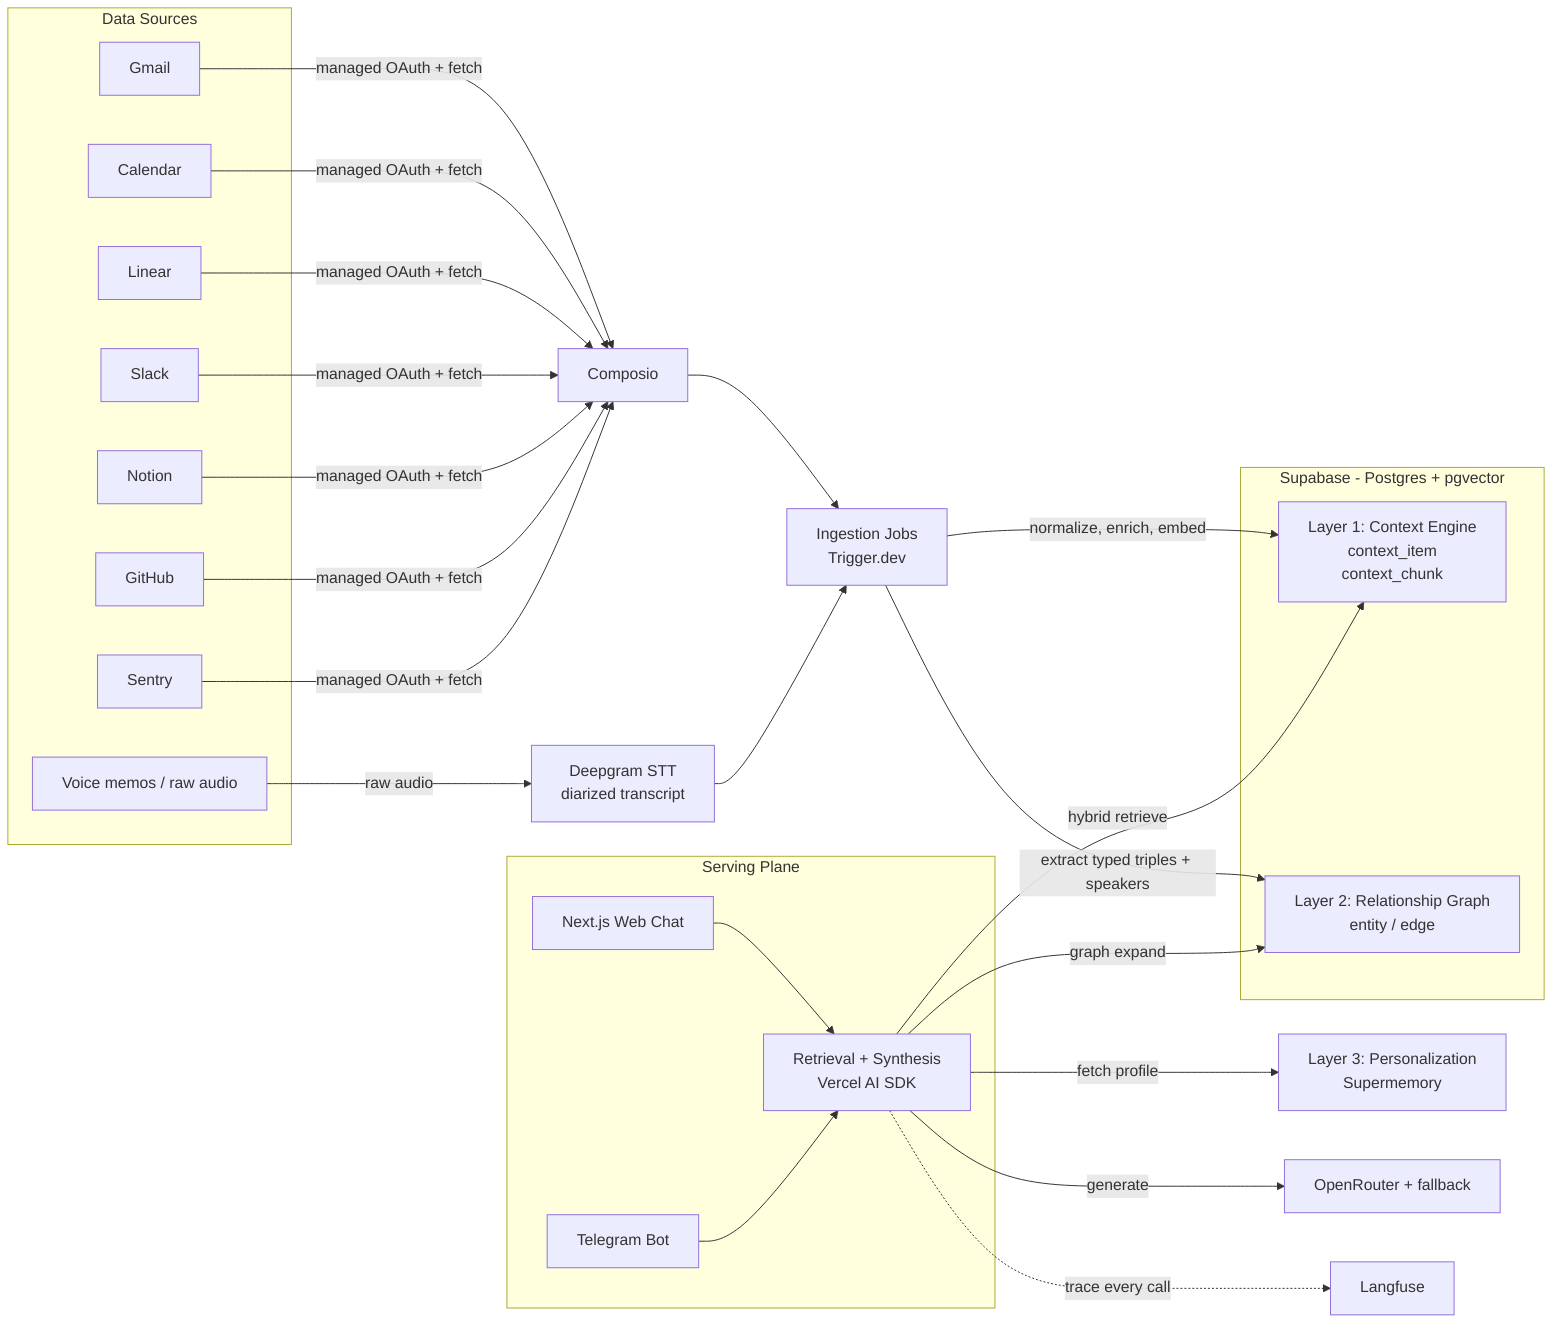
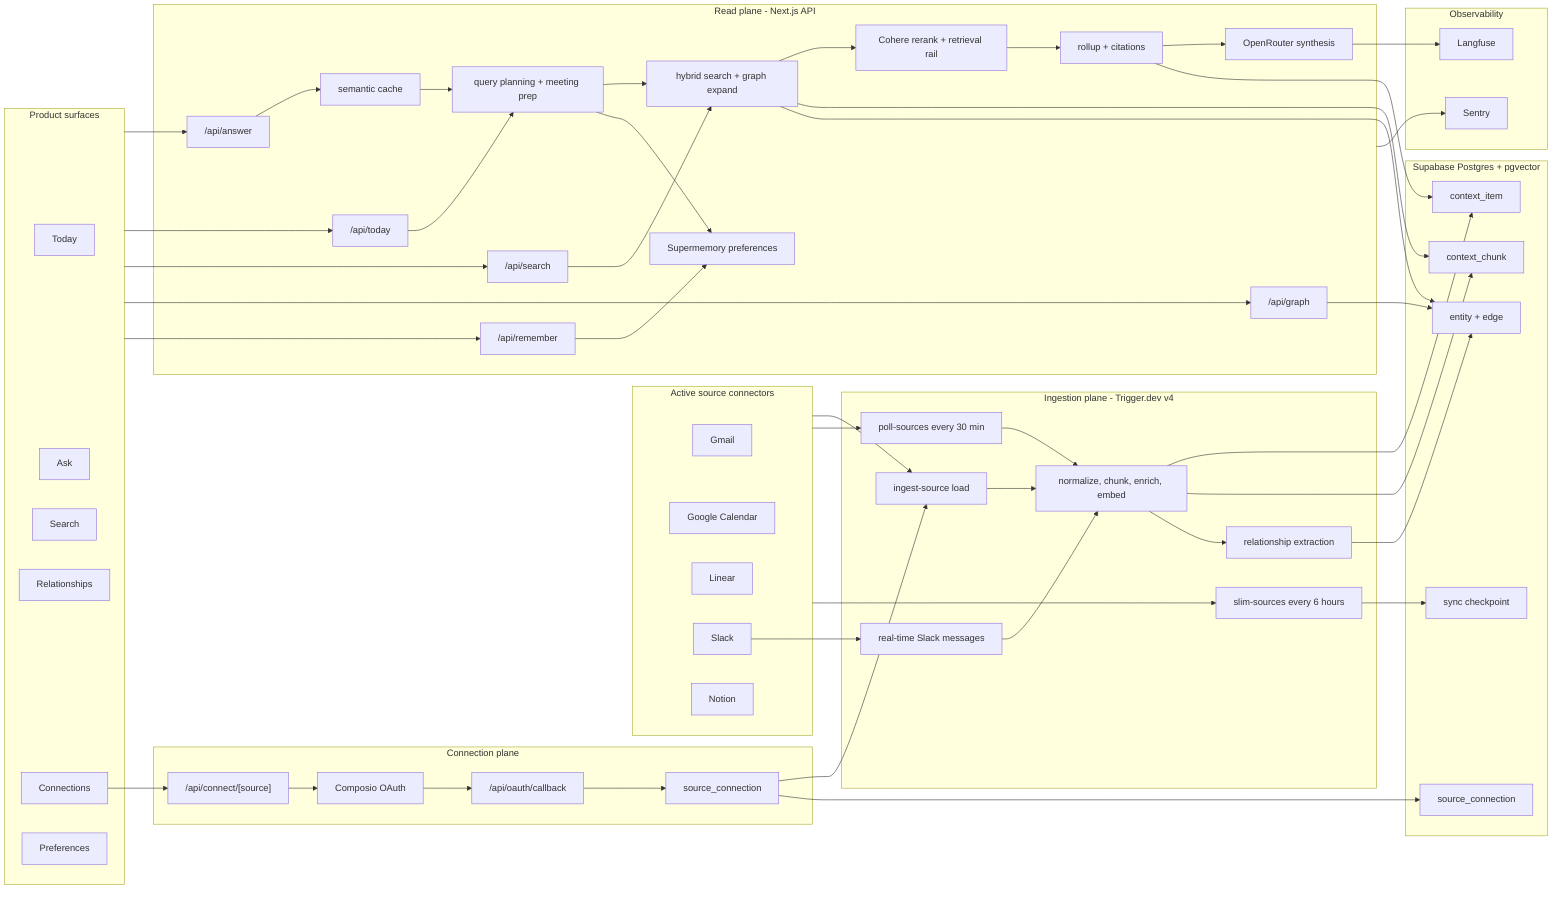
flowchart LR
-   subgraph Sources["Data Sources"]
+   subgraph Product["Product surfaces"]
+     Today["Today"]
+     Ask["Ask"]
+     Search["Search"]
+     Relationships["Relationships"]
+     Connections["Connections"]
+     Preferences["Preferences"]
+   end
+ 
+   subgraph Connect["Connection plane"]
+     ConnectApi["/api/connect/[source]"]
+     Composio["Composio OAuth"]
+     Callback["/api/oauth/callback"]
+     SourceConnection["source_connection"]
+   end
+ 
+   subgraph Sources["Active source connectors"]
    Gmail["Gmail"]
-     Calendar["Calendar"]
+     Calendar["Google Calendar"]
    Linear["Linear"]
    Slack["Slack"]
    Notion["Notion"]
-     GitHub["GitHub"]
-     Sentry["Sentry"]
-     Audio["Voice memos / raw audio"]
  end

-   Gmail -->|"managed OAuth + fetch"| Composio
-   Calendar -->|"managed OAuth + fetch"| Composio
-   Linear -->|"managed OAuth + fetch"| Composio
-   Slack -->|"managed OAuth + fetch"| Composio
-   Notion -->|"managed OAuth + fetch"| Composio
-   GitHub -->|"managed OAuth + fetch"| Composio
-   Sentry -->|"managed OAuth + fetch"| Composio
-   Audio -->|"raw audio"| Deepgram["Deepgram STT<br/>diarized transcript"]
- 
-   Composio --> Jobs["Ingestion Jobs<br/>Trigger.dev"]
-   Deepgram --> Jobs
- 
-   subgraph Store["Supabase - Postgres + pgvector"]
-     Context["Layer 1: Context Engine<br/>context_item<br/>context_chunk"]
-     Graph["Layer 2: Relationship Graph<br/>entity / edge"]
+   subgraph Ingest["Ingestion plane - Trigger.dev v4"]
+     Load["ingest-source load"]
+     Poll["poll-sources every 30 min"]
+     Slim["slim-sources every 6 hours"]
+     Webhook["real-time Slack messages"]
+     Core["normalize, chunk, enrich, embed"]
+     GraphBuild["relationship extraction"]
  end

-   Jobs -->|"normalize, enrich, embed"| Context
-   Jobs -->|"extract typed triples + speakers"| Graph
- 
-   subgraph Serving["Serving Plane"]
-     Web["Next.js Web Chat"]
-     Telegram["Telegram Bot"]
-     Retrieval["Retrieval + Synthesis<br/>Vercel AI SDK"]
+   subgraph Store["Supabase Postgres + pgvector"]
+     Items["context_item"]
+     Chunks["context_chunk"]
+     ConnRows["source_connection"]
+     Sync["sync checkpoint"]
+     Graph["entity + edge"]
  end

-   Web --> Retrieval
-   Telegram --> Retrieval
-   Retrieval -->|"hybrid retrieve"| Context
-   Retrieval -->|"graph expand"| Graph
-   Retrieval -->|"fetch profile"| Profile["Layer 3: Personalization<br/>Supermemory"]
-   Retrieval -->|"generate"| Gateway["OpenRouter + fallback"]
-   Retrieval -.->|"trace every call"| Langfuse["Langfuse"]
+   subgraph Read["Read plane - Next.js API"]
+     AnswerApi["/api/answer"]
+     TodayApi["/api/today"]
+     SearchApi["/api/search"]
+     GraphApi["/api/graph"]
+     RememberApi["/api/remember"]
+     Cache["semantic cache"]
+     Planner["query planning + meeting prep"]
+     Retrieve["hybrid search + graph expand"]
+     Rank["Cohere rerank + retrieval rail"]
+     Rollup["rollup + citations"]
+     Memory["Supermemory preferences"]
+     Synthesis["OpenRouter synthesis"]
+   end
+ 
+   subgraph Observe["Observability"]
+     Langfuse["Langfuse"]
+     Sentry["Sentry"]
+   end
+ 
+   Product --> AnswerApi
+   Product --> TodayApi
+   Product --> SearchApi
+   Product --> GraphApi
+   Product --> RememberApi
+   Connections --> ConnectApi
+   ConnectApi --> Composio --> Callback --> SourceConnection --> Load
+   SourceConnection --> ConnRows
+   Sources --> Load
+   Sources --> Poll
+   Sources --> Slim
+   Slack --> Webhook
+   Webhook --> Core
+   Load --> Core
+   Poll --> Core
+   Slim --> Sync
+   Core --> Items
+   Core --> Chunks
+   Core --> GraphBuild --> Graph
+   AnswerApi --> Cache --> Planner --> Retrieve --> Rank --> Rollup --> Synthesis
+   TodayApi --> Planner
+   SearchApi --> Retrieve
+   GraphApi --> Graph
+   RememberApi --> Memory
+   Retrieve --> Chunks
+   Retrieve --> Graph
+   Rollup --> Items
+   Planner --> Memory
+   Synthesis --> Langfuse
+   Read --> Sentry
